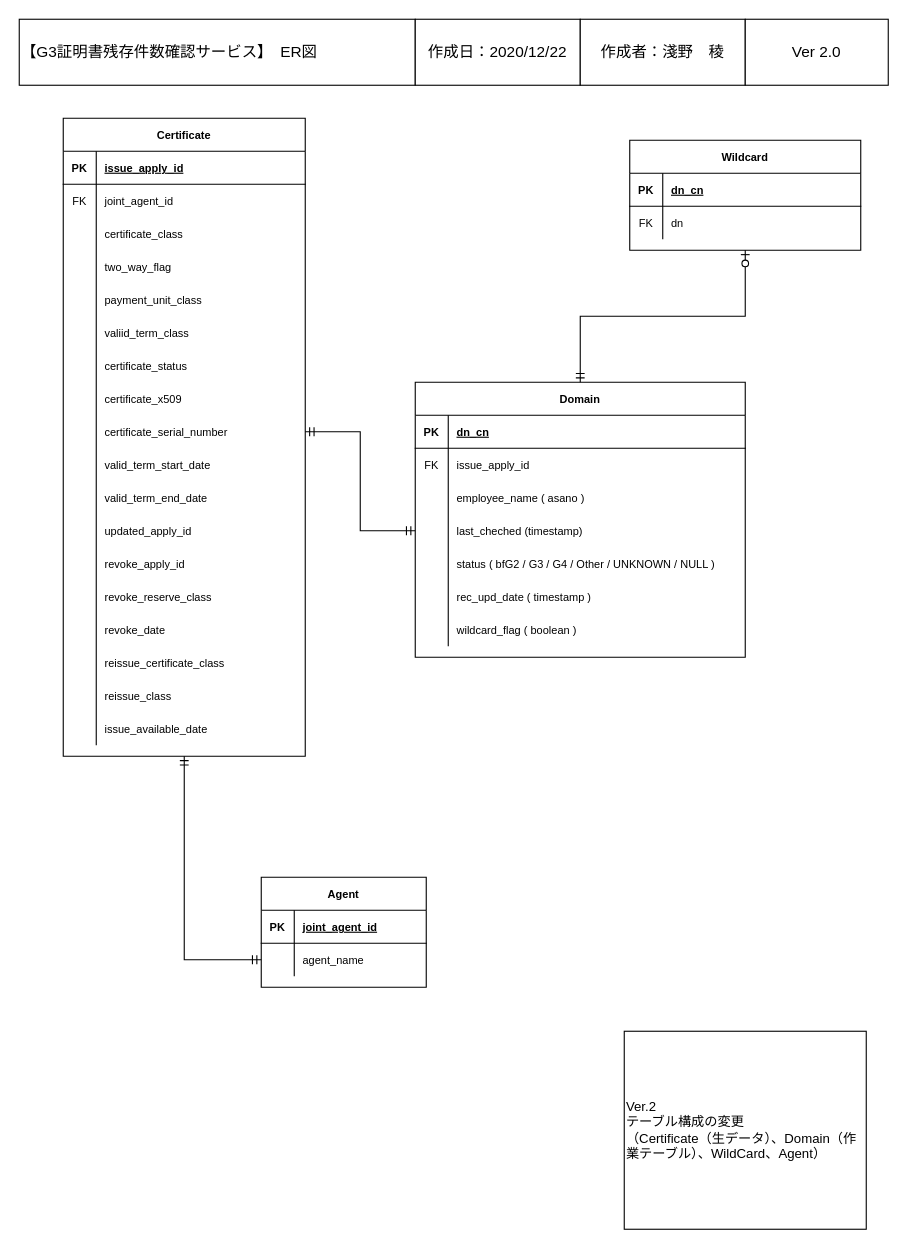
This is page "ER図" (3 of 6) of UMLDiagram.drawio from r-asano/kaihatsubuKenshu, a draw.io file, before an edit. Source tidied: cells renumbered, new cells numbered last; positions are measured from the earlier drawing's top-left corner, leaving out a move shared by most shapes. Both pictures are drawn from the tidied source at 110%, with x=0, y=0 at pixel (19, 19).
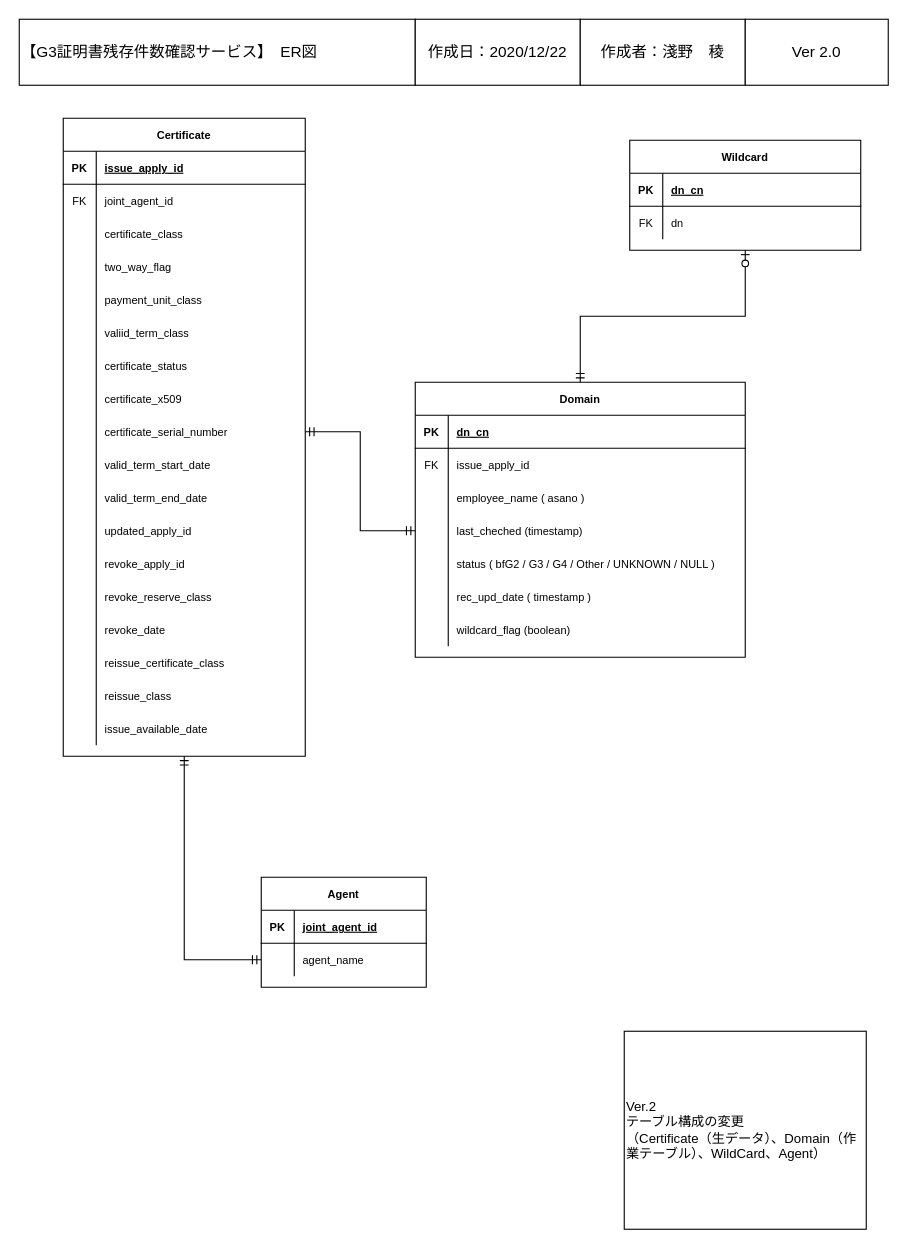
Above is the later version.

Unchanged cells that the change refers to:
```xml
<mxCell id="21" style="shape=partialRectangle;fillColor=none;top=0;left=0;right=0;bottom=0;fontSize=10;" parent="2" vertex="1">
  <mxGeometry y="210" width="300" height="30" as="geometry" />
</mxCell>
```

What changed in the source:
```diff
@@
-    <mxCell id="23" value="wildcard_flag ( boolean )" style="shape=partialRectangle;overflow=hidden;fillColor=none;top=0;left=0;bottom=0;right=0;align=left;spacingLeft=6;fontSize=10;" parent="21" vertex="1">
-      <mxGeometry x="30" width="270" height="30" as="geometry" />
-    </mxCell>
+    <mxCell id="101" value="wildcard_flag (boolean)" style="shape=partialRectangle;overflow=hidden;fillColor=none;top=0;left=0;bottom=0;right=0;align=left;spacingLeft=6;fontSize=10;" parent="21" vertex="1">
+      <mxGeometry x="30" width="270" height="30" as="geometry" />
+    </mxCell>
```
